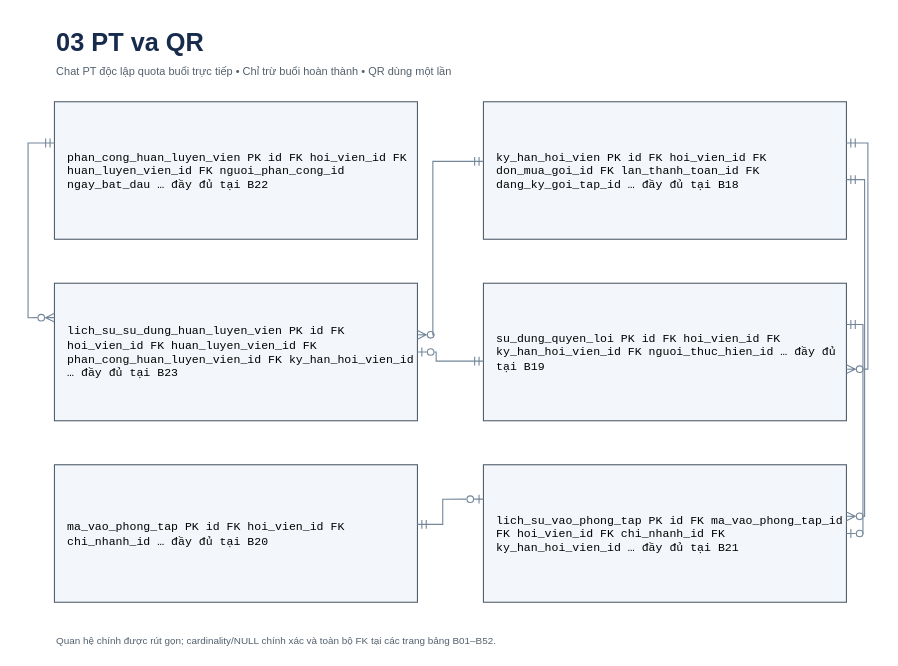
Tr0ond/Smart-Fitness-Platform keeps this draw.io diagram as page "03 PT va QR" (4 of 60) of docs/thiet_ke_co_so_du_lieu/smart_fitness_erd.drawio. Above is the earlier version. Source tidied: cells renumbered, new cells numbered last; positions are measured from the earlier drawing's top-left corner, leaving out a move shared by most shapes. Both pictures are drawn from the tidied source at 110%, with x=0, y=0 at pixel (28, 19).
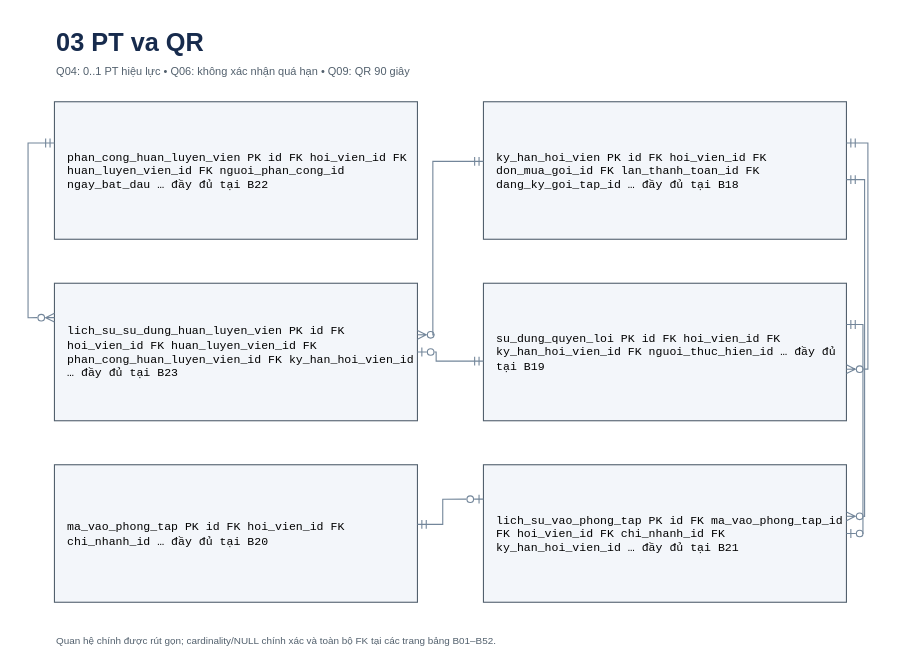
The same page after the edit.

What changed in the source:
```diff
@@
-    <mxCell id="3" value="Chat PT độc lập quota buổi trực tiếp • Chỉ trừ buổi hoàn thành • QR dùng một lần" style="text;align=left;fontSize=10;fontColor=#52606d;" parent="1" vertex="1">
+    <mxCell id="3" value="Q04: 0..1 PT hiệu lực • Q06: không xác nhận quá hạn • Q09: QR 90 giây" style="text;align=left;fontSize=10;fontColor=#52606d;" parent="1" vertex="1">
       <mxGeometry x="24" y="35" width="720" height="24" as="geometry" />
     </mxCell>
```
